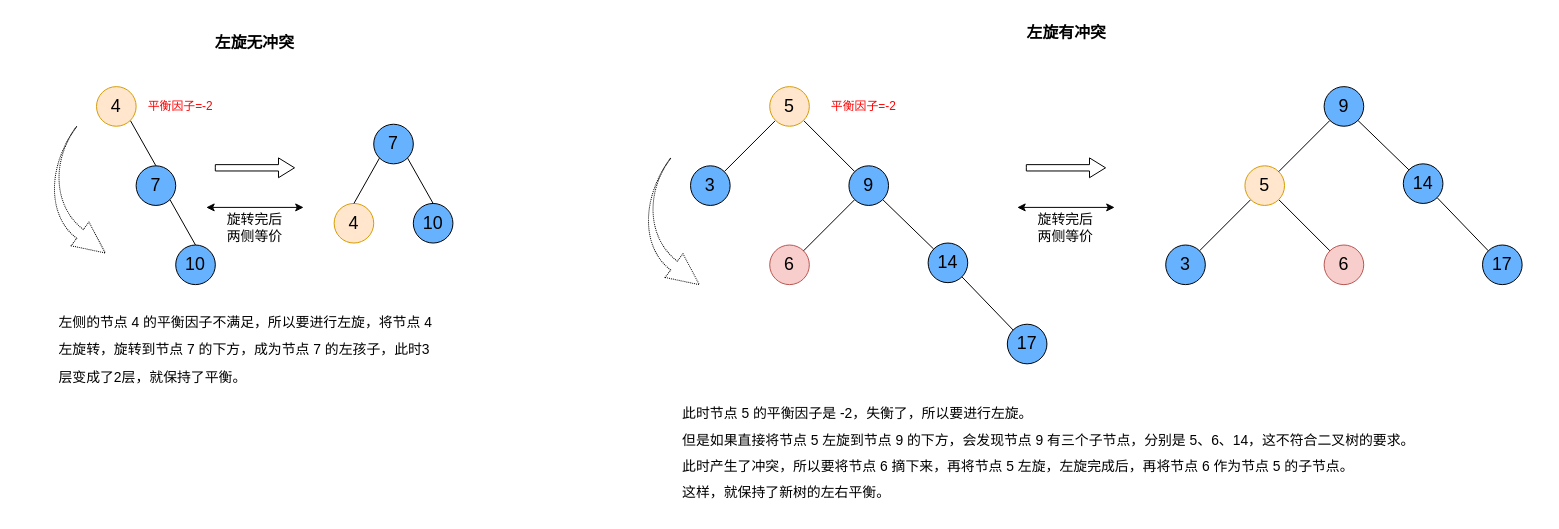
weizhiqimail/draw.io.repo keeps this draw.io diagram as files/data_structure/tree/平衡二叉树-AVL树的左旋.drawio. Above is the earlier version. Source tidied: cells renumbered, new cells numbered last; positions are measured from the earlier drawing's top-left corner, leaving out a move shared by most shapes. Both pictures are drawn from the tidied source at 99%, with x=0, y=0 at pixel (37, 17).
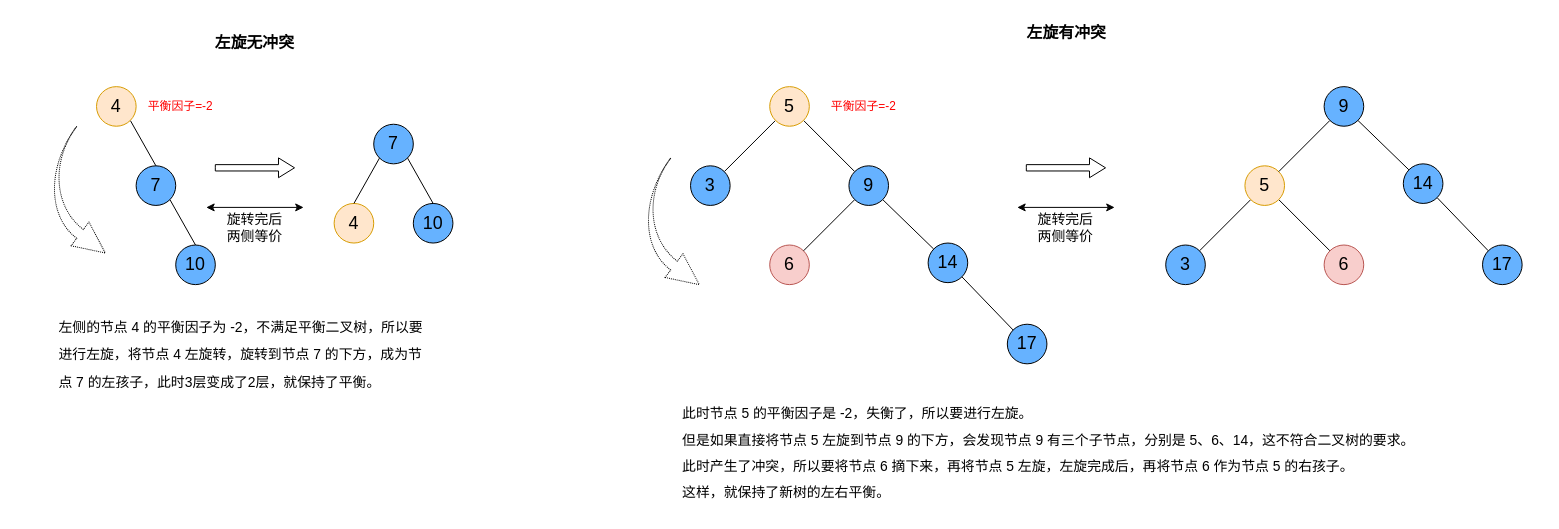
After the change.

Commit message (it also covers changes not shown here):
添加AVL树右旋

Change to the diagram source:
```diff
@@
-    <mxCell id="18" value="&lt;font style=&quot;font-size: 14px; line-height: 200%;&quot;&gt;左侧的节点 4 的平衡因子不满足，所以要进行左旋，将节点 4 左旋转，旋转到节点 7 的下方，成为节点 7 的左孩子，此时3层变成了2层，就保持了平衡。&lt;/font&gt;" style="text;html=1;align=left;verticalAlign=middle;whiteSpace=wrap;rounded=0;" parent="1" vertex="1">
-      <mxGeometry x="20" y="310" width="380" height="50" as="geometry" />
+    <mxCell id="18" value="&lt;font style=&quot;font-size: 14px; line-height: 200%;&quot;&gt;左侧的节点 4 的平衡因子为 -2，不满足平衡二叉树，所以要进行左旋，将节点 4 左旋转，旋转到节点 7 的下方，成为节点 7 的左孩子，此时3层变成了2层，就保持了平衡。&lt;/font&gt;" style="text;html=1;align=left;verticalAlign=middle;whiteSpace=wrap;rounded=0;" parent="1" vertex="1">
+      <mxGeometry x="20" y="300" width="380" height="80" as="geometry" />
     </mxCell>
@@
-    <mxCell id="31" value="&lt;font style=&quot;font-size: 14px; line-height: 190%;&quot;&gt;此时节点 5 的平衡因子是 -2，失衡了，所以要进行左旋。&lt;/font&gt;&lt;div style=&quot;line-height: 190%;&quot;&gt;&lt;font style=&quot;font-size: 14px; line-height: 190%;&quot;&gt;但是如果直接将节点 5 左旋到节点 9 的下方，会发现节点 9 有三个子节点，分别是 5、6、14，这不符合二叉树的要求。&lt;/font&gt;&lt;/div&gt;&lt;div style=&quot;line-height: 190%;&quot;&gt;&lt;font style=&quot;font-size: 14px; line-height: 190%;&quot;&gt;此时产生了冲突，所以要将节点 6 摘下来，再将节点 5 左旋，左旋完成后，再将节点 6 作为节点 5 的子节点。&lt;/font&gt;&lt;/div&gt;&lt;div style=&quot;line-height: 190%;&quot;&gt;&lt;font style=&quot;font-size: 14px; line-height: 190%;&quot;&gt;这样，就保持了新树的左右平衡。&lt;/font&gt;&lt;/div&gt;" style="text;html=1;align=left;verticalAlign=middle;whiteSpace=wrap;rounded=0;" parent="1" vertex="1">
+    <mxCell id="31" value="&lt;font style=&quot;font-size: 14px; line-height: 190%;&quot;&gt;此时节点 5 的平衡因子是 -2，失衡了，所以要进行左旋。&lt;/font&gt;&lt;div style=&quot;line-height: 190%;&quot;&gt;&lt;font style=&quot;font-size: 14px; line-height: 190%;&quot;&gt;但是如果直接将节点 5 左旋到节点 9 的下方，会发现节点 9 有三个子节点，分别是 5、6、14，这不符合二叉树的要求。&lt;/font&gt;&lt;/div&gt;&lt;div style=&quot;line-height: 190%;&quot;&gt;&lt;font style=&quot;font-size: 14px; line-height: 190%;&quot;&gt;此时产生了冲突，所以要将节点 6 摘下来，再将节点 5 左旋，左旋完成后，再将节点 6 作为节点 5 的右孩子。&lt;/font&gt;&lt;/div&gt;&lt;div style=&quot;line-height: 190%;&quot;&gt;&lt;font style=&quot;font-size: 14px; line-height: 190%;&quot;&gt;这样，就保持了新树的左右平衡。&lt;/font&gt;&lt;/div&gt;" style="text;html=1;align=left;verticalAlign=middle;whiteSpace=wrap;rounded=0;" parent="1" vertex="1">
       <mxGeometry x="650" y="380" width="870" height="120" as="geometry" />
     </mxCell>
```
